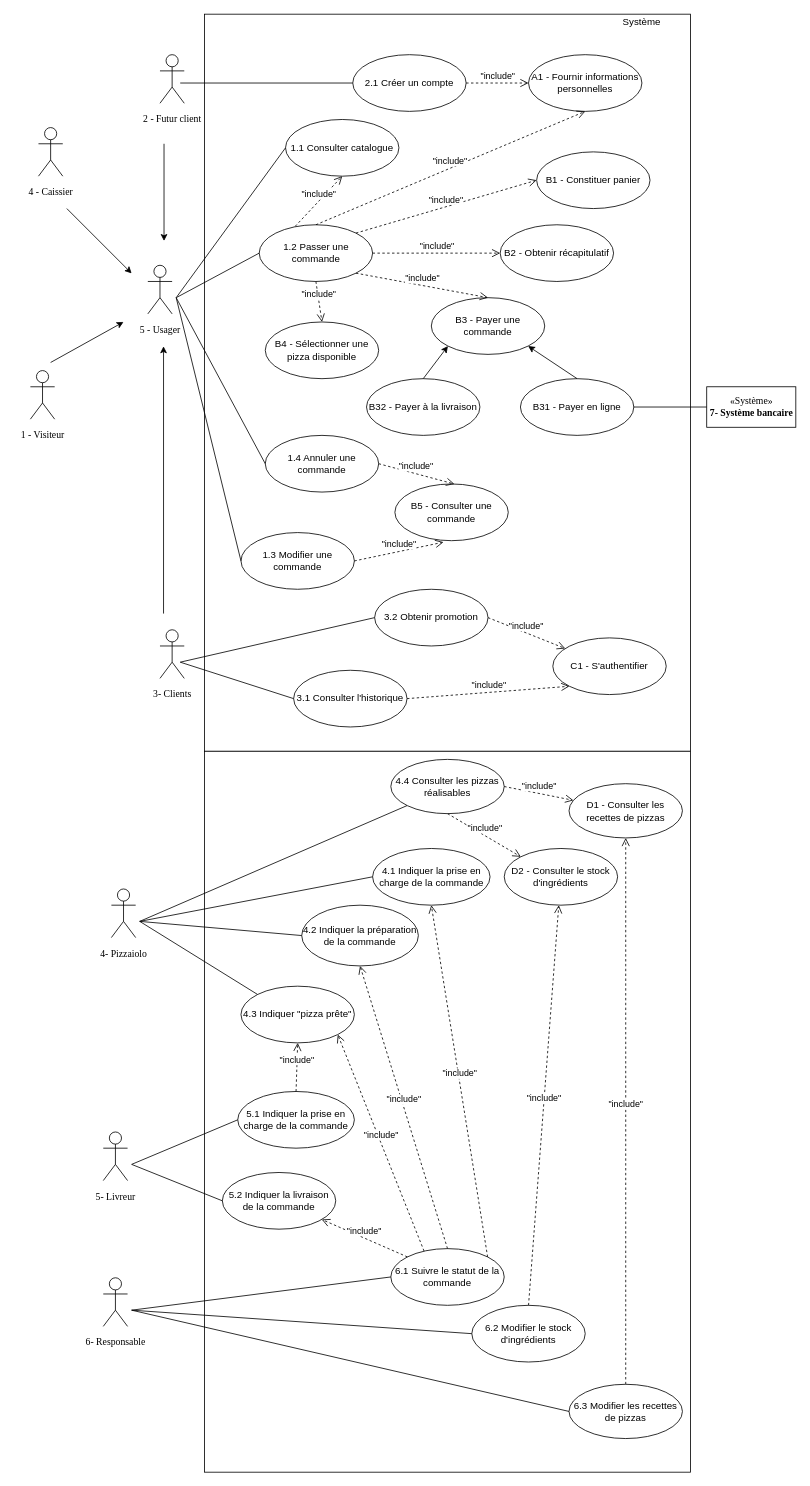
Above: diagramme_cas-utilisations_entier_details.drawio in StephenAOGOLO/P4_Analysez_les_besoins (draw.io), before the change. Source tidied: cells renumbered, new cells numbered last; positions are measured from the earlier drawing's top-left corner, leaving out a move shared by most shapes. Both pictures are drawn from the tidied source at 81%, with x=0, y=0 at pixel (14, 14).
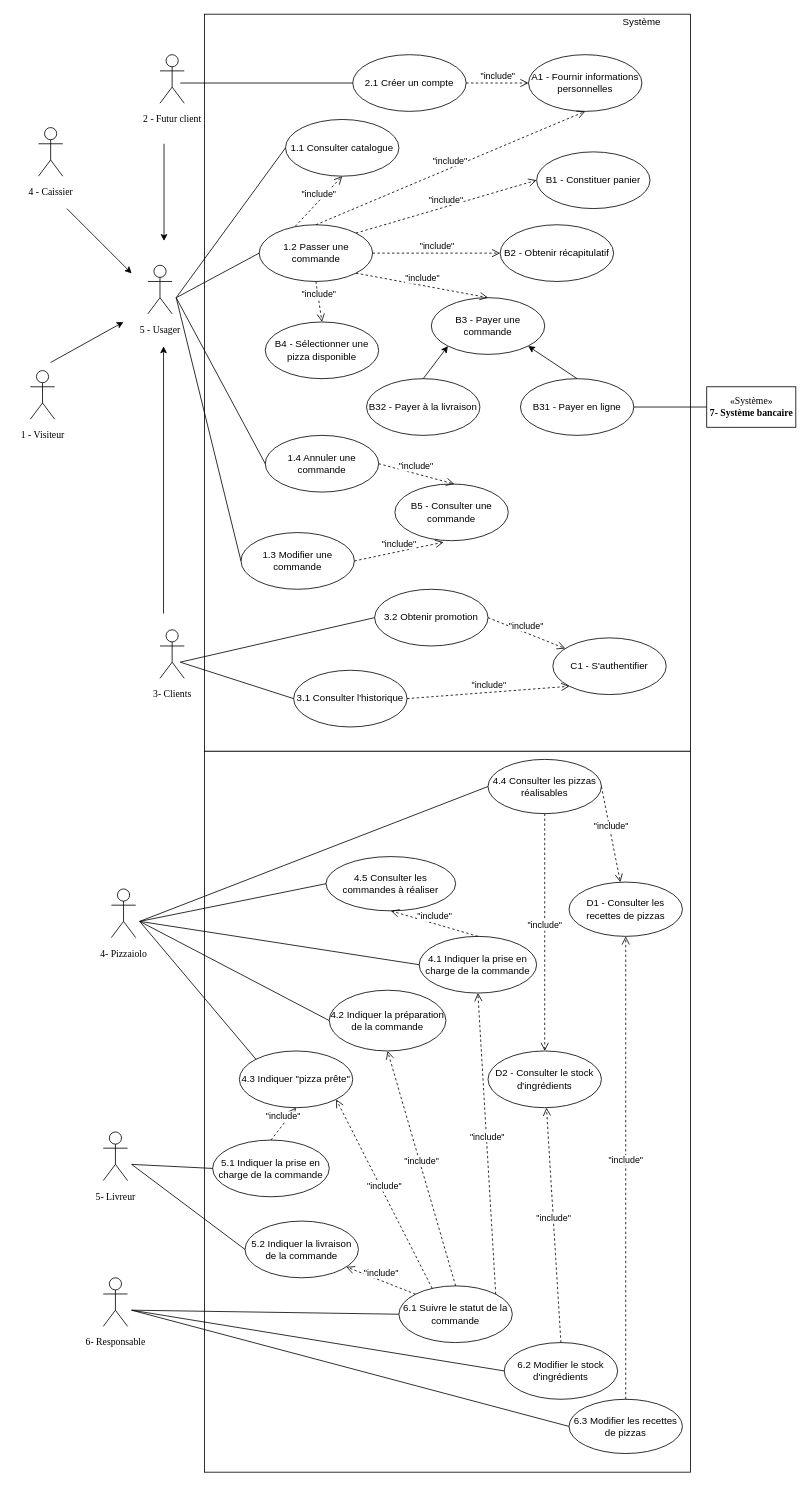
Above is the later version.

Diff of the diagram source:
```diff
@@
     <mxCell id="62" value="4.2 Indiquer la préparation de la commande" style="ellipse;whiteSpace=wrap;html=1;" parent="1" vertex="1">
-      <mxGeometry x="355" y="1100" width="144" height="75" as="geometry" />
+      <mxGeometry x="389" y="1205" width="144" height="75" as="geometry" />
     </mxCell>
     <mxCell id="63" value="4.1 Indiquer la prise en charge de la commande" style="ellipse;whiteSpace=wrap;html=1;" parent="1" vertex="1">
-      <mxGeometry x="442.5" y="1030" width="145" height="70" as="geometry" />
+      <mxGeometry x="500" y="1138.5" width="145" height="70" as="geometry" />
     </mxCell>
     <mxCell id="64" value="5.2 Indiquer la livraison de la commande" style="ellipse;whiteSpace=wrap;html=1;" parent="1" vertex="1">
-      <mxGeometry x="257" y="1430" width="140" height="70" as="geometry" />
+      <mxGeometry x="285" y="1490" width="140" height="70" as="geometry" />
     </mxCell>
     <mxCell id="65" value="6.1 Suivre le statut de la commande" style="ellipse;whiteSpace=wrap;html=1;" parent="1" vertex="1">
-      <mxGeometry x="465" y="1524" width="140" height="70" as="geometry" />
+      <mxGeometry x="475" y="1570" width="140" height="70" as="geometry" />
     </mxCell>
     <mxCell id="66" value="D2 - Consulter le stock d'ingrédients" style="ellipse;whiteSpace=wrap;html=1;" parent="1" vertex="1">
-      <mxGeometry x="605" y="1030" width="140" height="70" as="geometry" />
+      <mxGeometry x="585" y="1280" width="140" height="70" as="geometry" />
     </mxCell>
     <mxCell id="67" value="D1 - Consulter les recettes de pizzas" style="ellipse;whiteSpace=wrap;html=1;" parent="1" vertex="1">
-      <mxGeometry x="685" y="950" width="140" height="67" as="geometry" />
+      <mxGeometry x="685" y="1071.5" width="140" height="67" as="geometry" />
     </mxCell>
@@
     <mxCell id="75" value="6.2 Modifier le stock d'ingrédients" style="ellipse;whiteSpace=wrap;html=1;" parent="1" vertex="1">
-      <mxGeometry x="565" y="1594" width="140" height="70" as="geometry" />
+      <mxGeometry x="605" y="1640" width="140" height="70" as="geometry" />
     </mxCell>
     <mxCell id="76" value="6.3 Modifier les recettes de pizzas" style="ellipse;whiteSpace=wrap;html=1;" parent="1" vertex="1">
-      <mxGeometry x="685" y="1691.5" width="140" height="67" as="geometry" />
+      <mxGeometry x="685" y="1710" width="140" height="67" as="geometry" />
     </mxCell>
@@
     <mxCell id="81" value="4.4 Consulter les pizzas réalisables" style="ellipse;whiteSpace=wrap;html=1;" parent="1" vertex="1">
-      <mxGeometry x="465" y="920" width="140" height="67" as="geometry" />
+      <mxGeometry x="585" y="920" width="140" height="67" as="geometry" />
     </mxCell>
-    <mxCell id="82" style="endArrow=none;html=1;entryX=0;entryY=1;entryDx=0;entryDy=0;" parent="1" edge="1" target="81">
+    <mxCell id="82" style="endArrow=none;html=1;entryX=0;entryY=0.5;entryDx=0;entryDy=0;" parent="1" edge="1" target="81">
       <mxGeometry relative="1" as="geometry">
         <mxPoint x="155" y="1120" as="sourcePoint" />
       </mxGeometry>
     </mxCell>
@@
-    <mxCell id="84" value="&quot;include&quot;" style="html=1;verticalAlign=bottom;endArrow=open;dashed=1;endSize=8;exitX=0.5;exitY=1;exitDx=0;exitDy=0;entryX=0;entryY=0;entryDx=0;entryDy=0;" parent="1" edge="1" source="81" target="66">
+    <mxCell id="84" value="&quot;include&quot;" style="html=1;verticalAlign=bottom;endArrow=open;dashed=1;endSize=8;exitX=0.5;exitY=1;exitDx=0;exitDy=0;entryX=0.5;entryY=0;entryDx=0;entryDy=0;" parent="1" edge="1" source="81" target="66">
       <mxGeometry relative="1" as="geometry" />
     </mxCell>
     <mxCell id="85" value="4.3 Indiquer &quot;pizza prête&quot;" style="ellipse;whiteSpace=wrap;html=1;" parent="1" vertex="1">
-      <mxGeometry x="280" y="1200" width="140" height="70" as="geometry" />
+      <mxGeometry x="278" y="1280" width="140" height="70" as="geometry" />
     </mxCell>
@@
     <mxCell id="87" value="5.1 Indiquer la prise en charge de la commande" style="ellipse;whiteSpace=wrap;html=1;" parent="1" vertex="1">
-      <mxGeometry x="276" y="1330" width="144" height="70" as="geometry" />
+      <mxGeometry x="245" y="1390" width="144" height="70" as="geometry" />
     </mxCell>
@@
+    <mxCell id="100" value="4.5 Consulter les commandes à réaliser" style="ellipse;whiteSpace=wrap;html=1;" parent="1" vertex="1">
+      <mxGeometry x="385" y="1040" width="160" height="67" as="geometry" />
+    </mxCell>
+    <mxCell id="101" style="endArrow=none;html=1;entryX=0;entryY=0.5;entryDx=0;entryDy=0;" parent="1" edge="1" target="100">
+      <mxGeometry relative="1" as="geometry">
+        <mxPoint x="155" y="1120" as="sourcePoint" />
+      </mxGeometry>
+    </mxCell>
+    <mxCell id="102" value="&quot;include&quot;" style="html=1;verticalAlign=bottom;endArrow=open;dashed=1;endSize=8;exitX=0.5;exitY=0;exitDx=0;exitDy=0;entryX=0.5;entryY=1;entryDx=0;entryDy=0;" parent="1" edge="1" source="63" target="100">
+      <mxGeometry relative="1" as="geometry" />
+    </mxCell>
```
